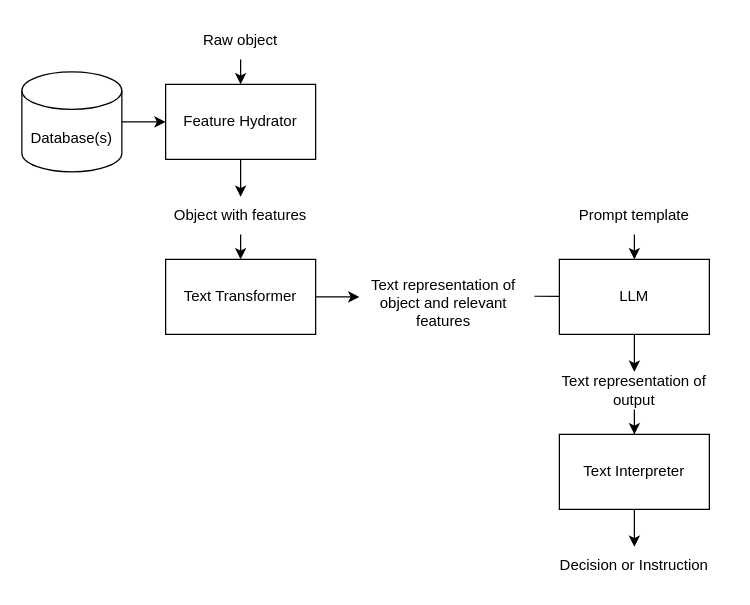
This is img/LLMsText.drawio from dshieble/dshieble.github.io, a draw.io file, before an edit. Source tidied: cells renumbered, new cells numbered last; positions are measured from the earlier drawing's top-left corner, leaving out a move shared by most shapes. Both pictures are drawn from the tidied source at 125%, with x=0, y=0 at pixel (21, 21).
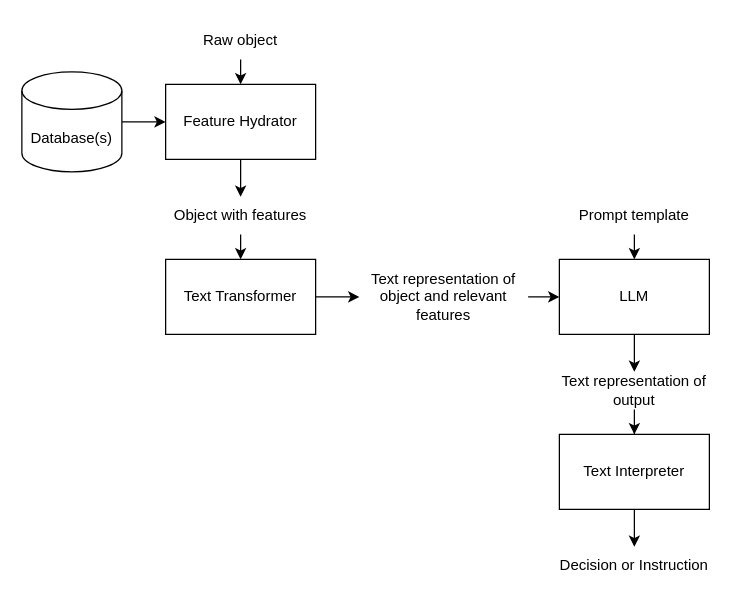
The same page after the edit.

Unchanged cells that the change refers to:
```xml
<mxCell id="20" value="LLM" style="rounded=0;whiteSpace=wrap;html=1;" parent="1" vertex="1">
  <mxGeometry x="430" y="190" width="120" height="60" as="geometry" />
</mxCell>
```

Diff of the diagram source:
```diff
@@
+    <mxCell id="24" style="edgeStyle=orthogonalEdgeStyle;rounded=0;jettySize=auto;html=1;exitX=1;exitY=0.5;exitDx=0;exitDy=0;entryX=0;entryY=0.5;entryDx=0;entryDy=0;" parent="1" edge="1" source="8" target="20">
+      <mxGeometry relative="1" as="geometry" />
+    </mxCell>
     <mxCell id="8" value="Text representation of object and relevant features" style="text;html=1;strokeColor=none;fillColor=none;align=center;verticalAlign=middle;whiteSpace=wrap;rounded=0;" parent="1" vertex="1">
-      <mxGeometry x="270" y="210" width="135" height="30" as="geometry" />
+      <mxGeometry x="270" y="205" width="135" height="30" as="geometry" />
     </mxCell>
@@
-    <mxCell id="21" style="endArrow=none;html=1;rounded=0;" parent="1" edge="1" target="20">
-      <mxGeometry relative="1" as="geometry">
-        <mxPoint x="410" y="219.5" as="sourcePoint" />
-      </mxGeometry>
-    </mxCell>
```
